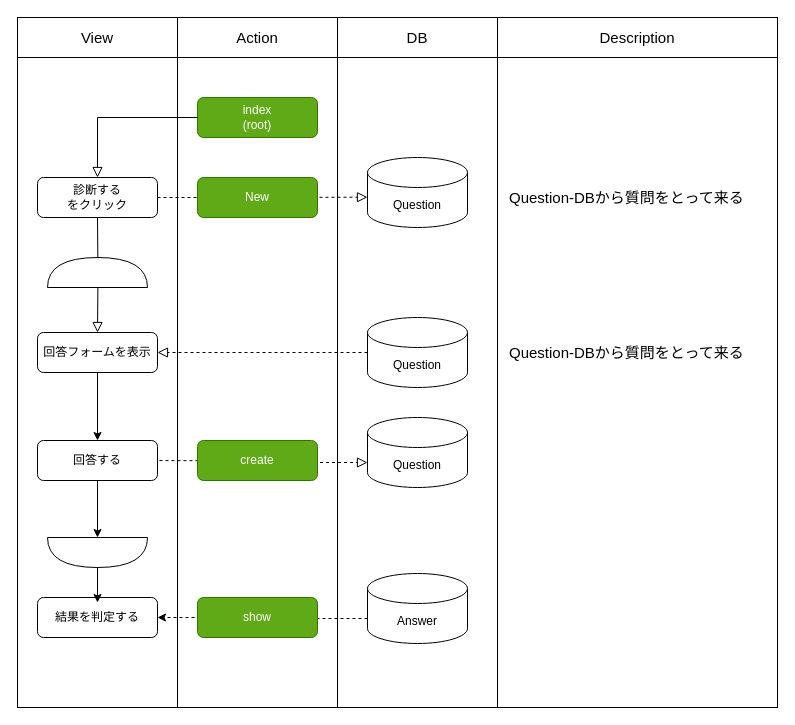
UN2009-development/personality_test keeps this draw.io diagram as page "フロー図" (1 of 3) of flowchart.dio. Above is the earlier version. Source tidied: cells renumbered, new cells numbered last; positions are measured from the earlier drawing's top-left corner, leaving out a move shared by most shapes. Both pictures are drawn from the tidied source at 100%, with x=0, y=0 at pixel (17, 17).
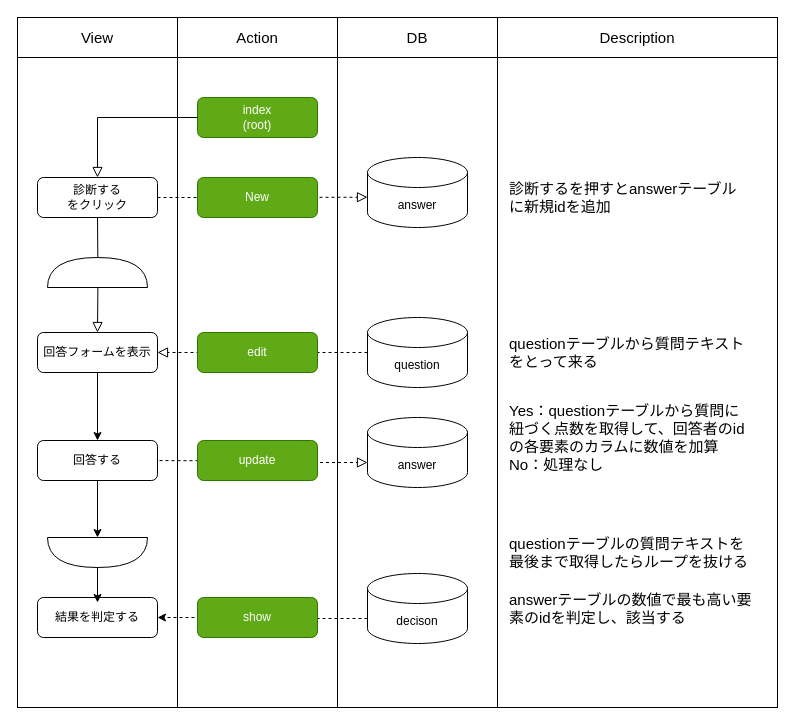
The same diagram, later.

Diff of the diagram source:
```diff
@@
-    <mxCell id="11" value="Question" style="shape=cylinder3;whiteSpace=wrap;html=1;boundedLbl=1;backgroundOutline=1;size=15;" parent="1" vertex="1">
+    <mxCell id="11" value="answer" style="shape=cylinder3;whiteSpace=wrap;html=1;boundedLbl=1;backgroundOutline=1;size=15;" parent="1" vertex="1">
       <mxGeometry x="350" y="140" width="100" height="70" as="geometry" />
     </mxCell>
@@
-    <mxCell id="14" value="Question" style="shape=cylinder3;whiteSpace=wrap;html=1;boundedLbl=1;backgroundOutline=1;size=15;" parent="1" vertex="1">
+    <mxCell id="14" value="answer" style="shape=cylinder3;whiteSpace=wrap;html=1;boundedLbl=1;backgroundOutline=1;size=15;" parent="1" vertex="1">
       <mxGeometry x="350" y="400" width="100" height="70" as="geometry" />
     </mxCell>
@@
-    <mxCell id="18" value="Answer" style="shape=cylinder3;whiteSpace=wrap;html=1;boundedLbl=1;backgroundOutline=1;size=15;" parent="1" vertex="1">
+    <mxCell id="18" value="decison" style="shape=cylinder3;whiteSpace=wrap;html=1;boundedLbl=1;backgroundOutline=1;size=15;" parent="1" vertex="1">
       <mxGeometry x="350" y="556" width="100" height="70" as="geometry" />
     </mxCell>
@@
-    <mxCell id="21" value="Question" style="shape=cylinder3;whiteSpace=wrap;html=1;boundedLbl=1;backgroundOutline=1;size=15;" parent="1" vertex="1">
+    <mxCell id="21" value="question" style="shape=cylinder3;whiteSpace=wrap;html=1;boundedLbl=1;backgroundOutline=1;size=15;" parent="1" vertex="1">
       <mxGeometry x="350" y="300" width="100" height="70" as="geometry" />
     </mxCell>
@@
-    <mxCell id="24" value="create" style="rounded=1;whiteSpace=wrap;html=1;fontSize=12;glass=0;strokeWidth=1;shadow=0;fillColor=#60a917;strokeColor=#2D7600;fontColor=#ffffff;" parent="1" vertex="1">
+    <mxCell id="24" value="update" style="rounded=1;whiteSpace=wrap;html=1;fontSize=12;glass=0;strokeWidth=1;shadow=0;fillColor=#60a917;strokeColor=#2D7600;fontColor=#ffffff;" parent="1" vertex="1">
       <mxGeometry x="180" y="423" width="120" height="40" as="geometry" />
     </mxCell>
@@
-    <mxCell id="34" value="Question-DBから質問をとって来る" style="text;html=1;strokeColor=none;fillColor=none;align=left;verticalAlign=middle;whiteSpace=wrap;rounded=0;fontSize=15;" parent="1" vertex="1">
+    <mxCell id="34" value="診断するを押すとanswerテーブルに新規idを追加" style="text;html=1;strokeColor=none;fillColor=none;align=left;verticalAlign=middle;whiteSpace=wrap;rounded=0;fontSize=15;" parent="1" vertex="1">
       <mxGeometry x="490" y="170" width="240" height="20" as="geometry" />
     </mxCell>
-    <mxCell id="35" value="Question-DBから質問をとって来る" style="text;html=1;strokeColor=none;fillColor=none;align=left;verticalAlign=middle;whiteSpace=wrap;rounded=0;fontSize=15;" parent="1" vertex="1">
+    <mxCell id="35" value="questionテーブルから質問テキストをとって来る" style="text;html=1;strokeColor=none;fillColor=none;align=left;verticalAlign=middle;whiteSpace=wrap;rounded=0;fontSize=15;" parent="1" vertex="1">
       <mxGeometry x="490" y="325" width="240" height="20" as="geometry" />
     </mxCell>
+    <mxCell id="36" value="Yes：questionテーブルから質問に紐づく点数を取得して、回答者のidの各要素のカラムに数値を加算&lt;br&gt;No：処理なし" style="text;html=1;strokeColor=none;fillColor=none;align=left;verticalAlign=middle;whiteSpace=wrap;rounded=0;fontSize=15;" parent="1" vertex="1">
+      <mxGeometry x="490" y="410" width="240" height="20" as="geometry" />
+    </mxCell>
+    <mxCell id="37" value="questionテーブルの質問テキストを最後まで取得したらループを抜ける" style="text;html=1;strokeColor=none;fillColor=none;align=left;verticalAlign=middle;whiteSpace=wrap;rounded=0;fontSize=15;" parent="1" vertex="1">
+      <mxGeometry x="490" y="525" width="250" height="20" as="geometry" />
+    </mxCell>
+    <mxCell id="38" value="answerテーブルの数値で最も高い要素のidを判定し、該当する" style="text;html=1;strokeColor=none;fillColor=none;align=left;verticalAlign=middle;whiteSpace=wrap;rounded=0;fontSize=15;" parent="1" vertex="1">
+      <mxGeometry x="490" y="581" width="250" height="20" as="geometry" />
+    </mxCell>
+    <mxCell id="39" value="edit" style="rounded=1;whiteSpace=wrap;html=1;fontSize=12;glass=0;strokeWidth=1;shadow=0;fillColor=#60a917;strokeColor=#2D7600;fontColor=#ffffff;" parent="1" vertex="1">
+      <mxGeometry x="180" y="315" width="120" height="40" as="geometry" />
+    </mxCell>
```
